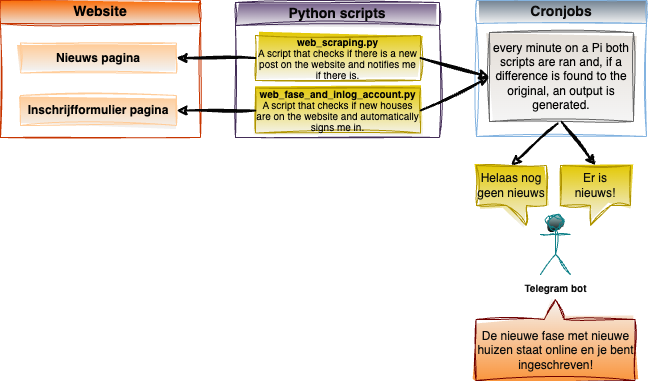
The draw.io diagram img/setup.png in Nelleke20/service.housescraper, before a commit. Source tidied: cells renumbered, new cells last; positions are measured from the earlier drawing's top-left corner, leaving out a move shared by most shapes.
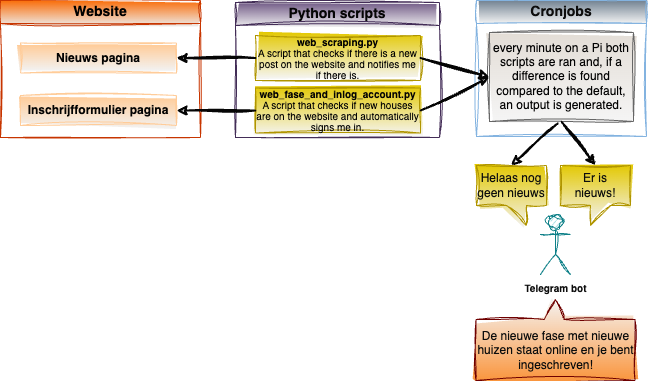
The same file after the commit.

Commit message:
feat(readme): edit typing size

What changed in the source:
```diff
@@ -2,7 +2,7 @@
   <root>
     <mxCell id="0" />
     <mxCell id="1" parent="0" />
-    <mxCell id="2" value="&lt;font size=&quot;1&quot; style=&quot;&quot; color=&quot;#0d0d0d&quot;&gt;&lt;b style=&quot;&quot;&gt;Telegram bot&lt;/b&gt;&lt;/font&gt;" style="shape=umlActor;verticalLabelPosition=bottom;verticalAlign=top;html=1;fillColor=#b0e3e6;strokeColor=#0e8088;sketch=1;curveFitting=1;jiggle=2;gradientColor=default;" parent="1" vertex="1">
+    <mxCell id="2" value="&lt;font size=&quot;1&quot; style=&quot;&quot; color=&quot;#0d0d0d&quot;&gt;&lt;b style=&quot;&quot;&gt;Telegram bot&lt;/b&gt;&lt;/font&gt;" style="shape=umlActor;verticalLabelPosition=bottom;verticalAlign=top;html=1;fillColor=#b0e3e6;strokeColor=#0e8088;sketch=1;curveFitting=1;jiggle=2;gradientColor=none;" parent="1" vertex="1">
       <mxGeometry x="540" y="214" width="30" height="60" as="geometry" />
     </mxCell>
     <mxCell id="3" value="Website" style="swimlane;whiteSpace=wrap;html=1;fillColor=#fa6800;strokeColor=#C73500;sketch=1;curveFitting=1;jiggle=2;gradientDirection=south;swimlaneFillColor=none;fontColor=#000000;gradientColor=#EDEDED;startSize=23;fontSize=14;" parent="1" vertex="1">
@@ -26,7 +26,7 @@
     <mxCell id="9" value="&lt;font color=&quot;#0d0d0d&quot; style=&quot;font-size: 14px;&quot;&gt;Cronjobs&lt;/font&gt;" style="swimlane;whiteSpace=wrap;html=1;fontColor=#ffffff;fillColor=#647687;strokeColor=#83B3E0;sketch=1;curveFitting=1;jiggle=2;gradientColor=#F5F5F5;fontSize=14;" parent="1" vertex="1">
       <mxGeometry x="476" width="170" height="136" as="geometry" />
     </mxCell>
-    <mxCell id="10" value="&lt;font color=&quot;#030303&quot; style=&quot;font-size: 12px;&quot;&gt;&lt;span style=&quot;font-size: 12px;&quot;&gt;every minute on a Pi both scripts are ran and, if a difference is found to the original, an output is generated.&lt;/span&gt;&lt;/font&gt;" style="rounded=0;whiteSpace=wrap;html=1;fillColor=#E3DDD6;strokeColor=#666666;fontStyle=0;sketch=1;curveFitting=1;jiggle=2;gradientColor=#F5F5F5;fontSize=12;" parent="9" vertex="1">
+    <mxCell id="10" value="&lt;font color=&quot;#030303&quot; style=&quot;font-size: 12px;&quot;&gt;&lt;span style=&quot;font-size: 12px;&quot;&gt;every minute on a Pi both scripts are ran and, if a difference is found compared to the default, an output is generated.&lt;/span&gt;&lt;/font&gt;" style="rounded=0;whiteSpace=wrap;html=1;fillColor=#E3DDD6;strokeColor=#666666;fontStyle=0;sketch=1;curveFitting=1;jiggle=2;gradientColor=#F5F5F5;fontSize=12;" parent="9" vertex="1">
       <mxGeometry x="13" y="32" width="144" height="89" as="geometry" />
     </mxCell>
     <mxCell id="11" style="edgeStyle=none;html=1;strokeColor=#050505;strokeWidth=2;fontSize=10;fontColor=#5498F0;fillColor=#6d8764;sketch=1;curveFitting=1;jiggle=2;" parent="1" edge="1" source="7" target="5">
```
